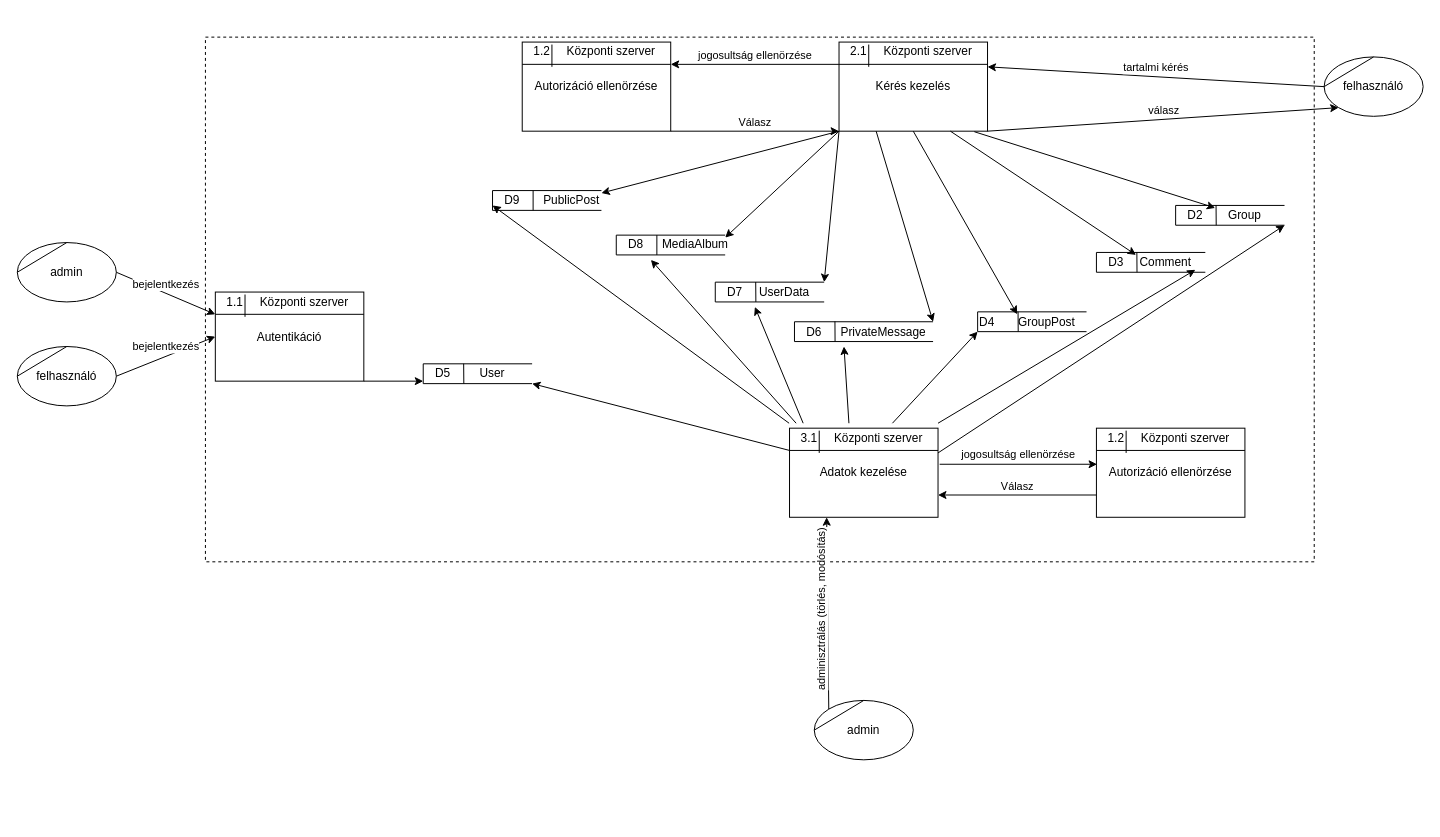
This is documentation/diagrams/adatfolyam 2.drawio from AasinR/post-request, a draw.io file, before an edit. Source tidied: cells renumbered, new cells numbered last; positions are measured from the earlier drawing's top-left corner, leaving out a move shared by most shapes. Both pictures are drawn from the tidied source at 99%, with x=0, y=0 at pixel (17, 37).
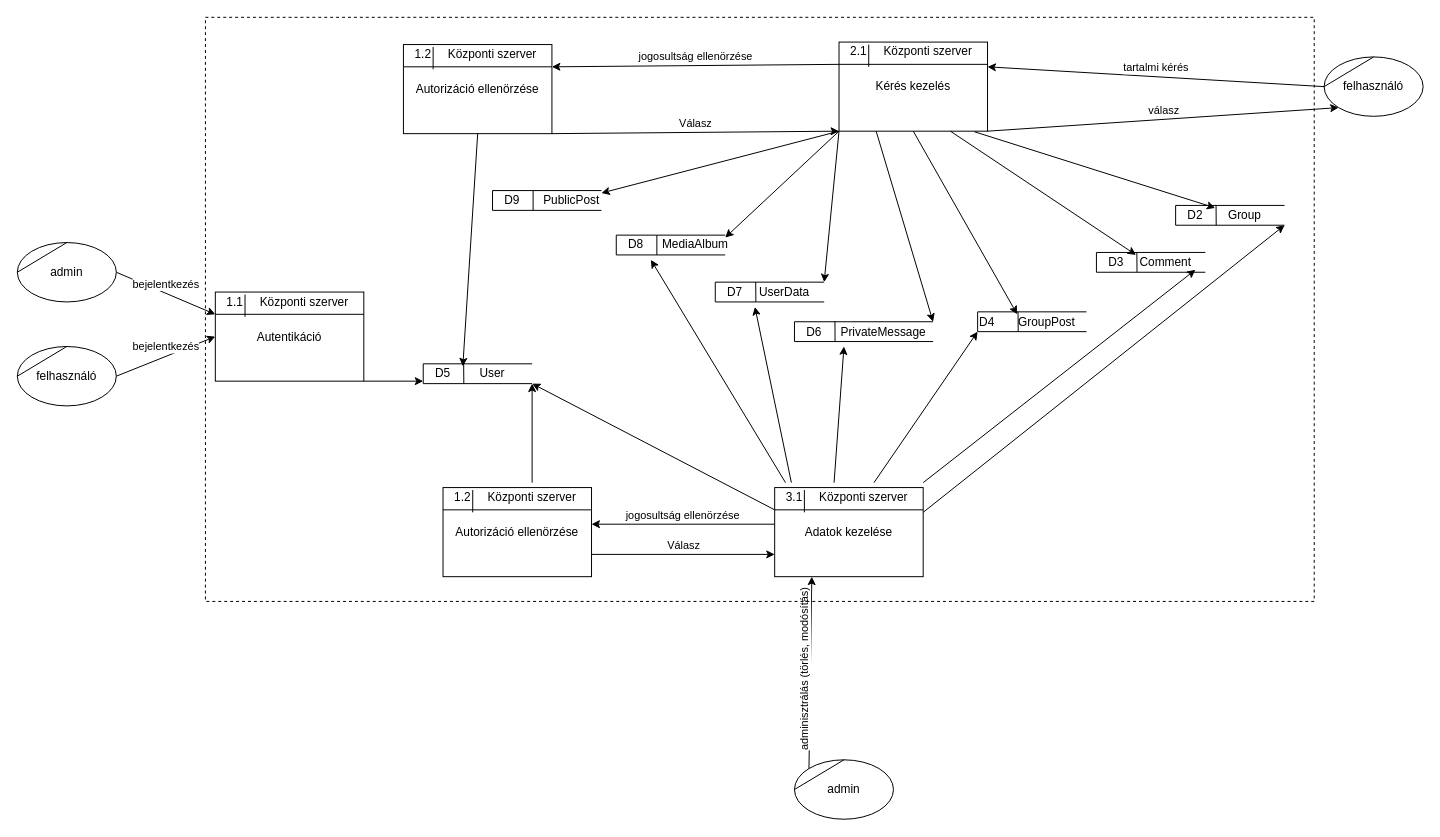
After the change.

Commit message (it also covers changes not shown here):
2. szintu diagram javitas, 3. szintu megjelent

Unchanged cells that the change refers to:
```xml
<mxCell id="2" value="Kérés kezelés" style="rounded=0;whiteSpace=wrap;html=1;fillColor=default;" parent="1" vertex="1">
  <mxGeometry x="830" y="5" width="150" height="90" as="geometry" />
</mxCell>
<mxCell id="30" value="D9" style="text;html=1;strokeColor=none;fillColor=none;align=center;verticalAlign=middle;whiteSpace=wrap;rounded=0;" parent="1" vertex="1">
  <mxGeometry x="470" y="150" width="60" height="30" as="geometry" />
</mxCell>
<mxCell id="58" style="strokeWidth=1;html=1;shape=mxgraph.flowchart.annotation_1;align=left;fillColor=#FFFFFF;" parent="1" vertex="1">
  <mxGeometry x="410" y="330" width="110" height="20" as="geometry" />
</mxCell>
<mxCell id="61" value="User" style="text;html=1;strokeColor=none;fillColor=none;align=center;verticalAlign=middle;whiteSpace=wrap;rounded=0;" parent="1" vertex="1">
  <mxGeometry x="450" y="325" width="60" height="30" as="geometry" />
</mxCell>
```

The edit, as a diff of the source:
```diff
@@
     <mxCell id="9" value="Autorizáció ellenörzése" style="rounded=0;whiteSpace=wrap;html=1;fillColor=default;" parent="1" vertex="1">
-      <mxGeometry x="510" y="5" width="150" height="90" as="geometry" />
+      <mxGeometry x="390" y="7.5" width="150" height="90" as="geometry" />
     </mxCell>
     <mxCell id="10" value="1.2" style="text;html=1;strokeColor=none;fillColor=none;align=center;verticalAlign=middle;whiteSpace=wrap;rounded=0;" parent="1" vertex="1">
-      <mxGeometry x="500" width="60" height="30" as="geometry" />
+      <mxGeometry x="380" y="2.5" width="60" height="30" as="geometry" />
     </mxCell>
     <mxCell id="11" value="Központi szerver" style="text;html=1;strokeColor=none;fillColor=none;align=center;verticalAlign=middle;whiteSpace=wrap;rounded=0;" parent="1" vertex="1">
-      <mxGeometry x="540" width="120" height="30" as="geometry" />
+      <mxGeometry x="420" y="2.5" width="120" height="30" as="geometry" />
     </mxCell>
@@
-    <mxCell id="15" value="Válasz" style="endArrow=classic;html=1;rounded=0;entryX=0;entryY=1;entryDx=0;entryDy=0;exitX=1;exitY=1;exitDx=0;exitDy=0;verticalAlign=bottom;" parent="1" edge="1" source="9" target="2">
+    <mxCell id="15" value="Válasz" style="endArrow=classic;html=1;rounded=0;entryX=0;entryY=1;entryDx=0;entryDy=0;exitX=1;exitY=1;exitDx=0;exitDy=0;verticalAlign=bottom;startArrow=none;" parent="1" edge="1" source="9" target="2">
       <mxGeometry relative="1" as="geometry" />
     </mxCell>
@@
-    <mxCell id="51" style="rounded=0;whiteSpace=wrap;html=1;fontSize=12;strokeWidth=1;fillColor=none;dashed=1;" parent="1" vertex="1">
-      <mxGeometry x="190" width="1120" height="530" as="geometry" />
-    </mxCell>
@@
     <mxCell id="69" value="admin" style="ellipse;whiteSpace=wrap;html=1;verticalAlign=middle;" parent="1" vertex="1">
-      <mxGeometry x="805" y="670" width="100" height="60" as="geometry" />
+      <mxGeometry x="785" y="730" width="100" height="60" as="geometry" />
     </mxCell>
-    <mxCell id="70" style="endArrow=none;html=1;rounded=0;entryX=0.5;entryY=0;entryDx=0;entryDy=0;verticalAlign=middle;" parent="1" edge="1" target="69">
-      <mxGeometry relative="1" as="geometry">
-        <mxPoint x="805" y="700" as="sourcePoint" />
-      </mxGeometry>
+    <mxCell id="70" style="endArrow=none;html=1;rounded=0;entryX=0.5;entryY=0;entryDx=0;entryDy=0;verticalAlign=middle;exitX=0;exitY=0.5;exitDx=0;exitDy=0;" parent="1" edge="1" source="69" target="69">
+      <mxGeometry relative="1" as="geometry" />
     </mxCell>
     <mxCell id="71" value="Adatok kezelése" style="rounded=0;whiteSpace=wrap;html=1;fillColor=default;" parent="1" vertex="1">
-      <mxGeometry x="780" y="395" width="150" height="90" as="geometry" />
+      <mxGeometry x="765" y="455" width="150" height="90" as="geometry" />
     </mxCell>
     <mxCell id="72" value="3.1" style="text;html=1;strokeColor=none;fillColor=none;align=center;verticalAlign=middle;whiteSpace=wrap;rounded=0;" parent="1" vertex="1">
-      <mxGeometry x="770" y="390" width="60" height="30" as="geometry" />
+      <mxGeometry x="755" y="450" width="60" height="30" as="geometry" />
     </mxCell>
     <mxCell id="73" value="Központi szerver" style="text;html=1;strokeColor=none;fillColor=none;align=center;verticalAlign=middle;whiteSpace=wrap;rounded=0;" parent="1" vertex="1">
-      <mxGeometry x="810" y="390" width="120" height="30" as="geometry" />
+      <mxGeometry x="795" y="450" width="120" height="30" as="geometry" />
     </mxCell>
@@
-    <mxCell id="78" style="endArrow=classic;html=1;rounded=0;fontSize=11;entryX=0.167;entryY=0.667;entryDx=0;entryDy=0;entryPerimeter=0;" parent="1" edge="1" source="72" target="30">
-      <mxGeometry relative="1" as="geometry" />
-    </mxCell>
@@
     <mxCell id="82" value="Autorizáció ellenörzése" style="rounded=0;whiteSpace=wrap;html=1;fillColor=default;" parent="1" vertex="1">
-      <mxGeometry x="1090" y="395" width="150" height="90" as="geometry" />
+      <mxGeometry x="430" y="455" width="150" height="90" as="geometry" />
     </mxCell>
     <mxCell id="83" value="1.2" style="text;html=1;strokeColor=none;fillColor=none;align=center;verticalAlign=middle;whiteSpace=wrap;rounded=0;" parent="1" vertex="1">
-      <mxGeometry x="1080" y="390" width="60" height="30" as="geometry" />
+      <mxGeometry x="420" y="450" width="60" height="30" as="geometry" />
     </mxCell>
     <mxCell id="84" value="Központi szerver" style="text;html=1;strokeColor=none;fillColor=none;align=center;verticalAlign=middle;whiteSpace=wrap;rounded=0;" parent="1" vertex="1">
-      <mxGeometry x="1120" y="390" width="120" height="30" as="geometry" />
+      <mxGeometry x="460" y="450" width="120" height="30" as="geometry" />
     </mxCell>
@@
-    <mxCell id="87" value="jogosultság ellenörzése" style="endArrow=classic;html=1;rounded=0;entryX=0.004;entryY=0.405;entryDx=0;entryDy=0;exitX=1.011;exitY=0.405;exitDx=0;exitDy=0;verticalAlign=bottom;entryPerimeter=0;exitPerimeter=0;" parent="1" edge="1" source="71" target="82">
+    <mxCell id="87" value="jogosultság ellenörzése" style="endArrow=classic;html=1;rounded=0;verticalAlign=bottom;entryX=1;entryY=0.411;entryDx=0;entryDy=0;entryPerimeter=0;exitX=0;exitY=0.411;exitDx=0;exitDy=0;exitPerimeter=0;" parent="1" edge="1" source="71" target="82">
       <mxGeometry relative="1" as="geometry" />
     </mxCell>
-    <mxCell id="88" value="Válasz" style="endArrow=classic;html=1;rounded=0;entryX=1;entryY=0.75;entryDx=0;entryDy=0;exitX=0;exitY=0.75;exitDx=0;exitDy=0;verticalAlign=bottom;" parent="1" edge="1" source="82" target="71">
+    <mxCell id="88" value="Válasz" style="endArrow=classic;html=1;rounded=0;entryX=0;entryY=0.75;entryDx=0;entryDy=0;exitX=1;exitY=0.75;exitDx=0;exitDy=0;verticalAlign=bottom;" parent="1" edge="1" source="82" target="71">
       <mxGeometry relative="1" as="geometry" />
     </mxCell>
@@
+    <mxCell id="92" style="endArrow=classic;html=1;rounded=0;entryX=0;entryY=0.25;entryDx=0;entryDy=0;exitX=0.5;exitY=1;exitDx=0;exitDy=0;" parent="1" edge="1" source="9" target="61">
+      <mxGeometry relative="1" as="geometry" />
+    </mxCell>
+    <mxCell id="51" style="rounded=0;whiteSpace=wrap;html=1;fontSize=12;strokeWidth=1;fillColor=none;dashed=1;" parent="1" vertex="1">
+      <mxGeometry x="190" y="-20" width="1120" height="590" as="geometry" />
+    </mxCell>
+    <mxCell id="93" style="endArrow=classic;html=1;rounded=0;entryX=1;entryY=1;entryDx=0;entryDy=0;entryPerimeter=0;" parent="1" edge="1" source="84" target="58">
+      <mxGeometry relative="1" as="geometry" />
+    </mxCell>
```
